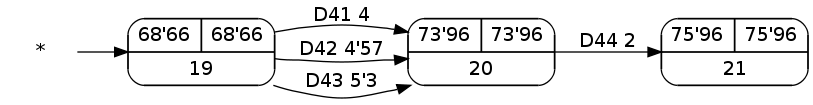
Before: Trabajos/T3/img/grafo_el_pruebas.png, a diagram exported from Graphviz (srug86/pgsiesi). Its source is kept beside it as Trabajos/T3/img/grafo_el_pruebas.dot.
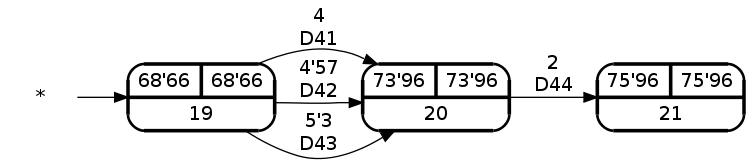
Later version of the same file.

Change to the diagram source:
```diff
@@ -1,13 +1,13 @@
 digraph grafo_inicial {
-	rankdir = LR; node[style=rounded]
+	rankdir = LR; node[style="rounded,bold"]
 	"*" [shape=plaintext]
 	22 [shape=record, label="{ 68'66 | 68'66 } | 19"];
 	23 [shape=record, label="{ 73'96 | 73'96 } | 20"];
 	24 [shape=record, label="{ 75'96 | 75'96 } | 21"];
 	node [shape = circle];
 	"*" -> 22;
-	22 -> 23 [label = "D41 4"];
-	22 -> 23 [label = "D42 4'57"];
-	22 -> 23 [label = "D43 5'3"];
-	23 -> 24 [label = "D44 2"];
+	22 -> 23 [label = "4" + "\nD41"];
+	22 -> 23 [label = "4'57" + "\nD42"];
+	22 -> 23 [label = "5'3" + "\nD43"];
+	23 -> 24 [label = "2" + "\nD44"];
 }
```
